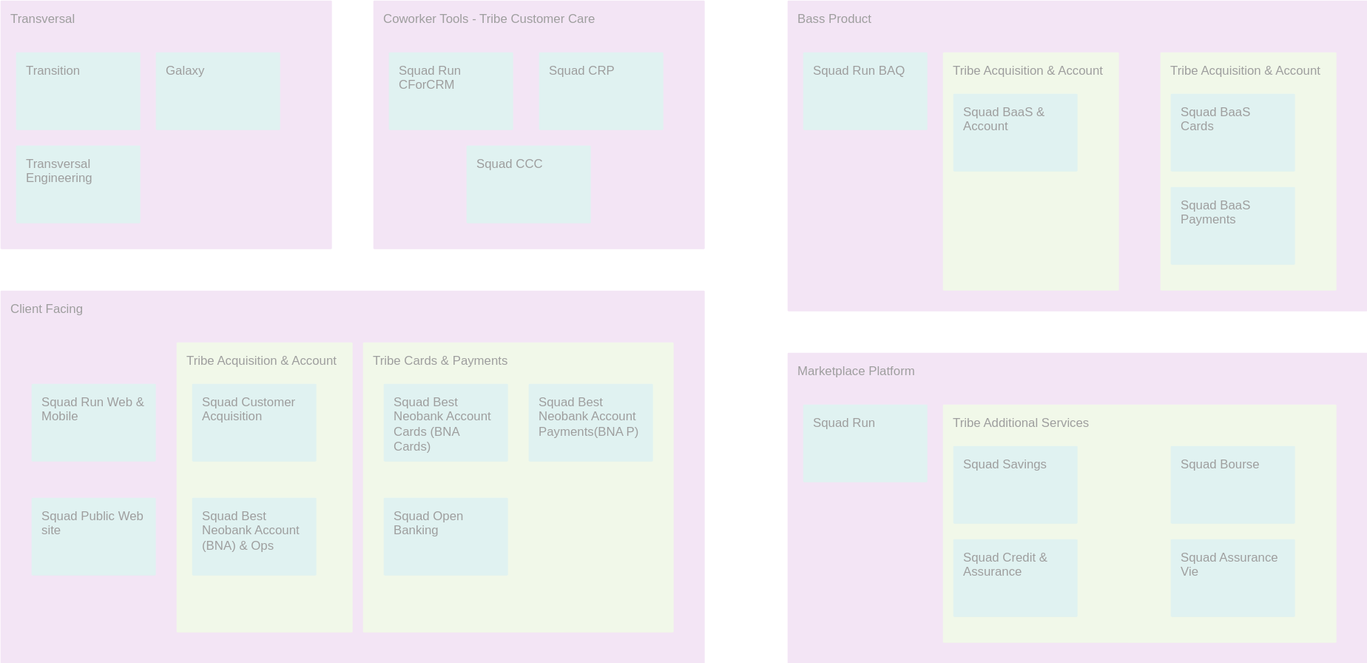
chaindatax/b4b keeps this draw.io diagram as orga_domains.drawio.svg. Above is the earlier version. Source tidied: cells renumbered, new cells last; positions are measured from the earlier drawing's top-left corner, leaving out a move shared by most shapes.
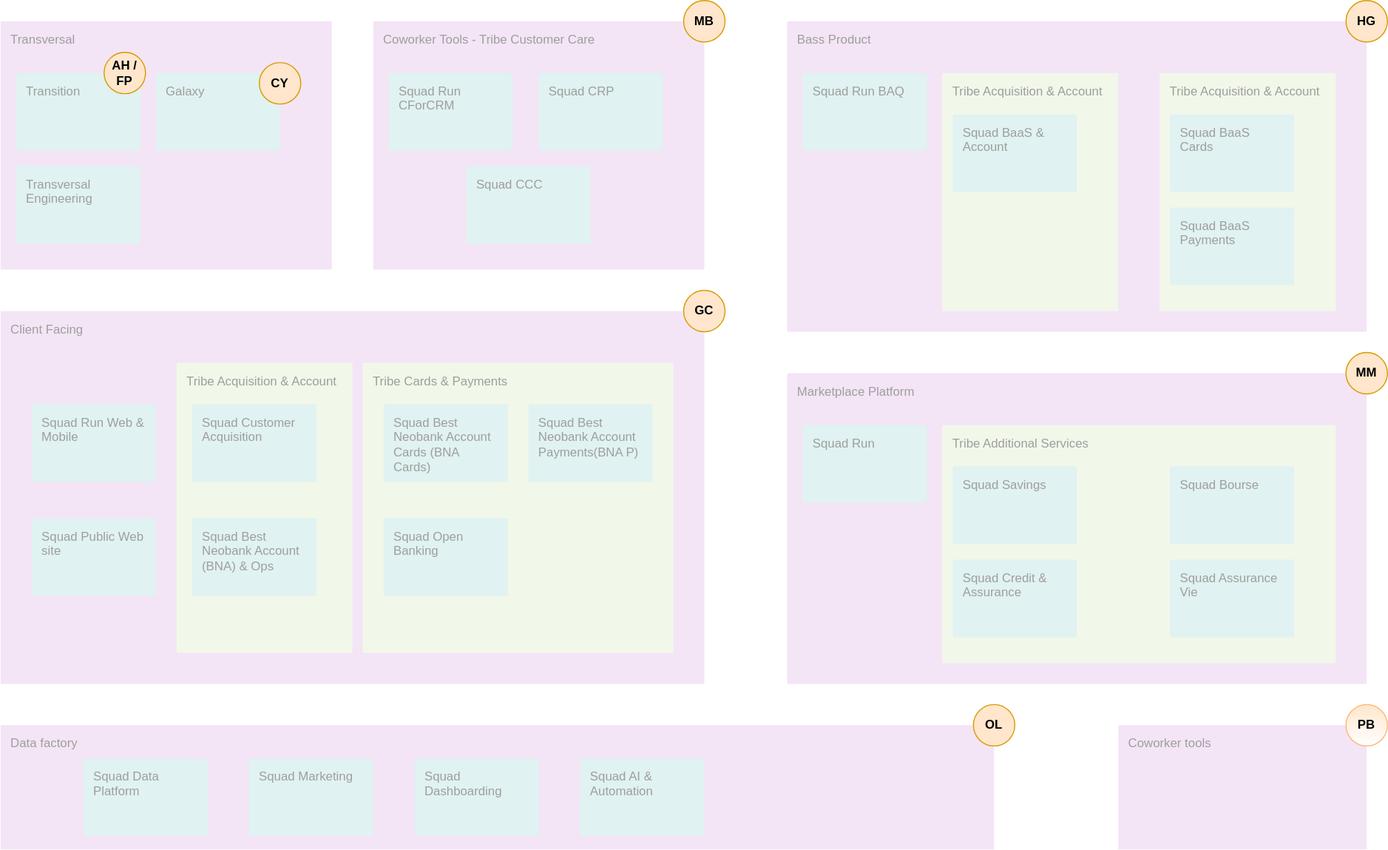
Later version of the same file.

Commit message:
Mettre à jour orga_domains.drawio.svg

Diff of the diagram source:
```diff
@@ -98,5 +98,48 @@
     <mxCell id="33" value="Squad Credit &amp;amp; Assurance" style="sketch=0;rounded=1;absoluteArcSize=1;arcSize=2;html=1;strokeColor=none;gradientColor=none;shadow=0;dashed=0;fontSize=12;fontColor=#9E9E9E;align=left;verticalAlign=top;spacing=10;spacingTop=-4;whiteSpace=wrap;fillColor=#E0F2F1;" parent="1" vertex="1">
       <mxGeometry x="920" y="520" width="120" height="75" as="geometry" />
     </mxCell>
+    <mxCell id="34" value="Data factory" style="sketch=0;rounded=1;absoluteArcSize=1;arcSize=2;html=1;strokeColor=none;gradientColor=none;shadow=0;dashed=0;fontSize=12;fontColor=#9E9E9E;align=left;verticalAlign=top;spacing=10;spacingTop=-4;whiteSpace=wrap;fillColor=#F3E5F5;" parent="1" vertex="1">
+      <mxGeometry y="680" width="960" height="120" as="geometry" />
+    </mxCell>
+    <mxCell id="35" value="Squad Data Platform" style="sketch=0;rounded=1;absoluteArcSize=1;arcSize=2;html=1;strokeColor=none;gradientColor=none;shadow=0;dashed=0;fontSize=12;fontColor=#9E9E9E;align=left;verticalAlign=top;spacing=10;spacingTop=-4;whiteSpace=wrap;fillColor=#E0F2F1;" parent="1" vertex="1">
+      <mxGeometry x="80" y="712" width="120" height="75" as="geometry" />
+    </mxCell>
+    <mxCell id="36" value="Squad Marketing" style="sketch=0;rounded=1;absoluteArcSize=1;arcSize=2;html=1;strokeColor=none;gradientColor=none;shadow=0;dashed=0;fontSize=12;fontColor=#9E9E9E;align=left;verticalAlign=top;spacing=10;spacingTop=-4;whiteSpace=wrap;fillColor=#E0F2F1;" parent="1" vertex="1">
+      <mxGeometry x="240" y="712" width="120" height="75" as="geometry" />
+    </mxCell>
+    <mxCell id="37" value="Squad Dashboarding" style="sketch=0;rounded=1;absoluteArcSize=1;arcSize=2;html=1;strokeColor=none;gradientColor=none;shadow=0;dashed=0;fontSize=12;fontColor=#9E9E9E;align=left;verticalAlign=top;spacing=10;spacingTop=-4;whiteSpace=wrap;fillColor=#E0F2F1;" parent="1" vertex="1">
+      <mxGeometry x="400" y="712" width="120" height="75" as="geometry" />
+    </mxCell>
+    <mxCell id="38" value="Squad AI &amp;amp; Automation" style="sketch=0;rounded=1;absoluteArcSize=1;arcSize=2;html=1;strokeColor=none;gradientColor=none;shadow=0;dashed=0;fontSize=12;fontColor=#9E9E9E;align=left;verticalAlign=top;spacing=10;spacingTop=-4;whiteSpace=wrap;fillColor=#E0F2F1;" parent="1" vertex="1">
+      <mxGeometry x="560" y="712" width="120" height="75" as="geometry" />
+    </mxCell>
+    <mxCell id="39" value="Coworker tools" style="sketch=0;rounded=1;absoluteArcSize=1;arcSize=2;html=1;strokeColor=none;gradientColor=none;shadow=0;dashed=0;fontSize=12;fontColor=#9E9E9E;align=left;verticalAlign=top;spacing=10;spacingTop=-4;whiteSpace=wrap;fillColor=#F3E5F5;" parent="1" vertex="1">
+      <mxGeometry x="1080" y="680" width="240" height="120" as="geometry" />
+    </mxCell>
+    <mxCell id="40" value="ADs" parent="0" />
+    <mxCell id="41" value="GC" style="ellipse;whiteSpace=wrap;html=1;fillColor=#ffe6cc;strokeColor=#d79b00;fontStyle=1;" parent="40" vertex="1">
+      <mxGeometry x="660" y="260" width="40" height="40" as="geometry" />
+    </mxCell>
+    <mxCell id="42" value="HG" style="ellipse;whiteSpace=wrap;html=1;fillColor=#ffe6cc;strokeColor=#d79b00;fontStyle=1;" parent="40" vertex="1">
+      <mxGeometry x="1300" y="-20" width="40" height="40" as="geometry" />
+    </mxCell>
+    <mxCell id="43" value="MB" style="ellipse;whiteSpace=wrap;html=1;fillColor=#ffe6cc;strokeColor=#d79b00;fontStyle=1;" parent="40" vertex="1">
+      <mxGeometry x="660" y="-20" width="40" height="40" as="geometry" />
+    </mxCell>
+    <mxCell id="44" value="MM" style="ellipse;whiteSpace=wrap;html=1;fillColor=#ffe6cc;strokeColor=#d79b00;fontStyle=1;" parent="40" vertex="1">
+      <mxGeometry x="1300" y="320" width="40" height="40" as="geometry" />
+    </mxCell>
+    <mxCell id="45" value="OL" style="ellipse;whiteSpace=wrap;html=1;fillColor=#ffe6cc;strokeColor=#d79b00;fontStyle=1;" parent="40" vertex="1">
+      <mxGeometry x="940" y="660" width="40" height="40" as="geometry" />
+    </mxCell>
+    <mxCell id="46" value="PB" style="ellipse;whiteSpace=wrap;html=1;fillColor=#ffe6cc;strokeColor=#FFB570;fontStyle=1;gradientColor=#FFFFFF;" parent="40" vertex="1">
+      <mxGeometry x="1300" y="660" width="40" height="40" as="geometry" />
+    </mxCell>
+    <mxCell id="47" value="AH / FP" style="ellipse;whiteSpace=wrap;html=1;fillColor=#ffe6cc;strokeColor=#d79b00;fontStyle=1;" parent="40" vertex="1">
+      <mxGeometry x="100" y="30" width="40" height="40" as="geometry" />
+    </mxCell>
+    <mxCell id="48" value="CY" style="ellipse;whiteSpace=wrap;html=1;fillColor=#ffe6cc;strokeColor=#d79b00;fontStyle=1;" parent="40" vertex="1">
+      <mxGeometry x="250" y="40" width="40" height="40" as="geometry" />
+    </mxCell>
   </root>
 </mxGraphModel>
```
